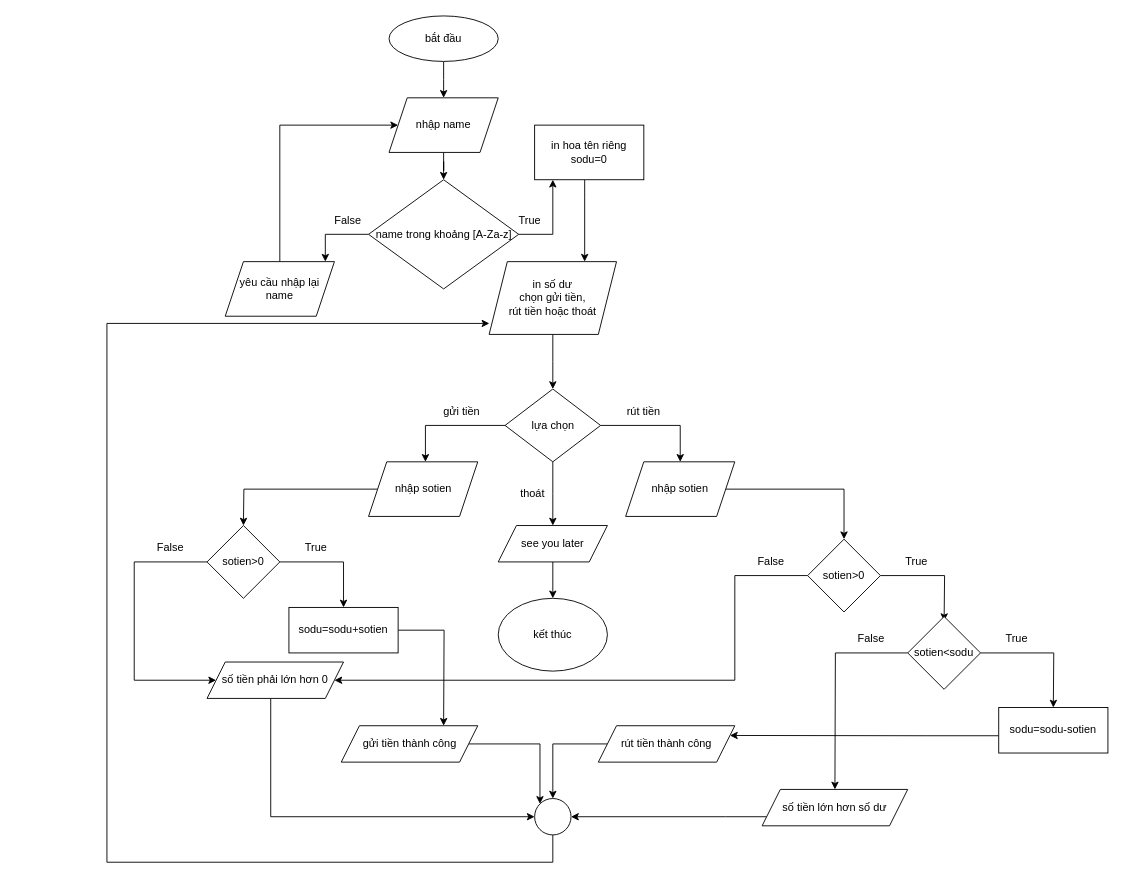
Earlier version of the draw.io diagram Ngan_hang_Ajribamk.drawio (KhanhNguyen9872/DH_Gia_Dinh_K16). Source tidied: cells renumbered, new cells numbered last; positions are measured from the earlier drawing's top-left corner, leaving out a move shared by most shapes. Both pictures are drawn from the tidied source at 91%, with x=0, y=0 at pixel (106, 15).
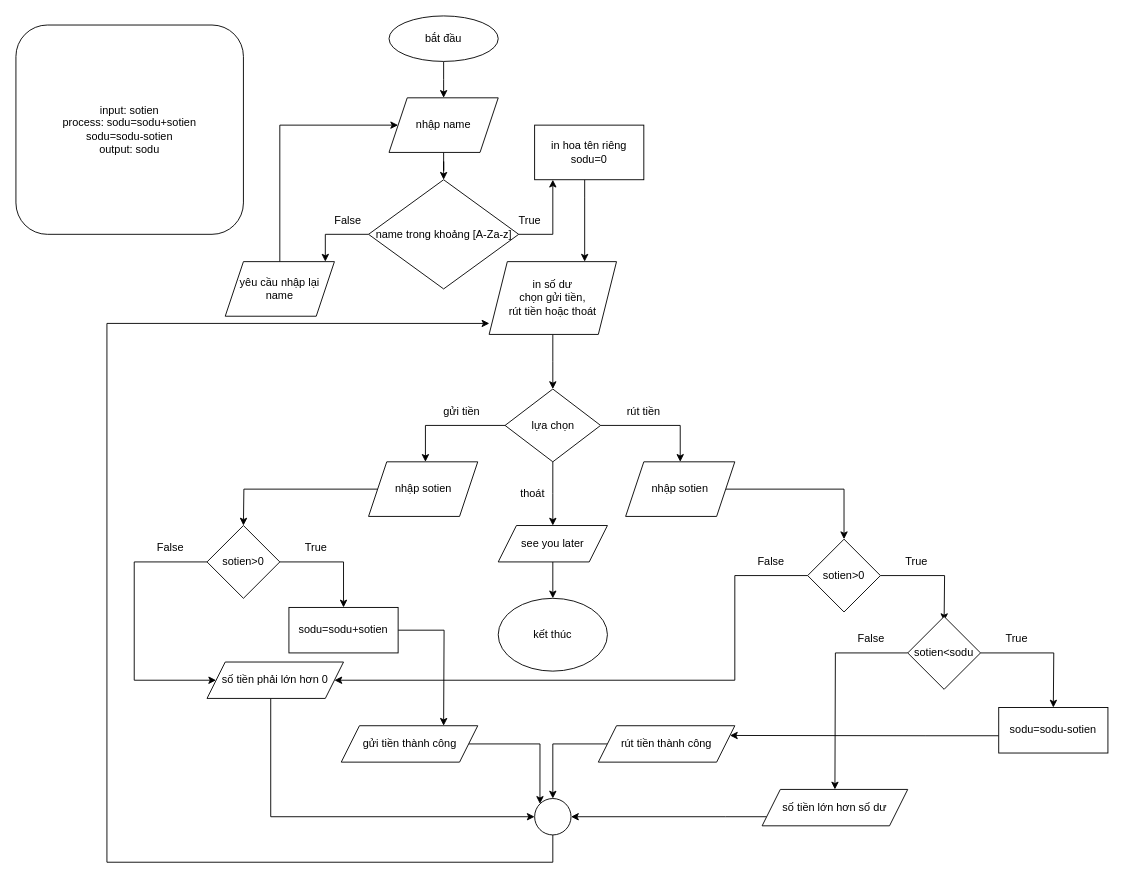
After the change.

What changed in the source:
```diff
@@
+    <mxCell id="60" value="input: sotien&lt;br&gt;process: sodu=sodu+sotien&lt;br&gt;sodu=sodu-sotien&lt;br&gt;output: sodu" style="rounded=1;whiteSpace=wrap;html=1;" parent="1" vertex="1">
+      <mxGeometry x="-100" y="10" width="250" height="230" as="geometry" />
+    </mxCell>
```
